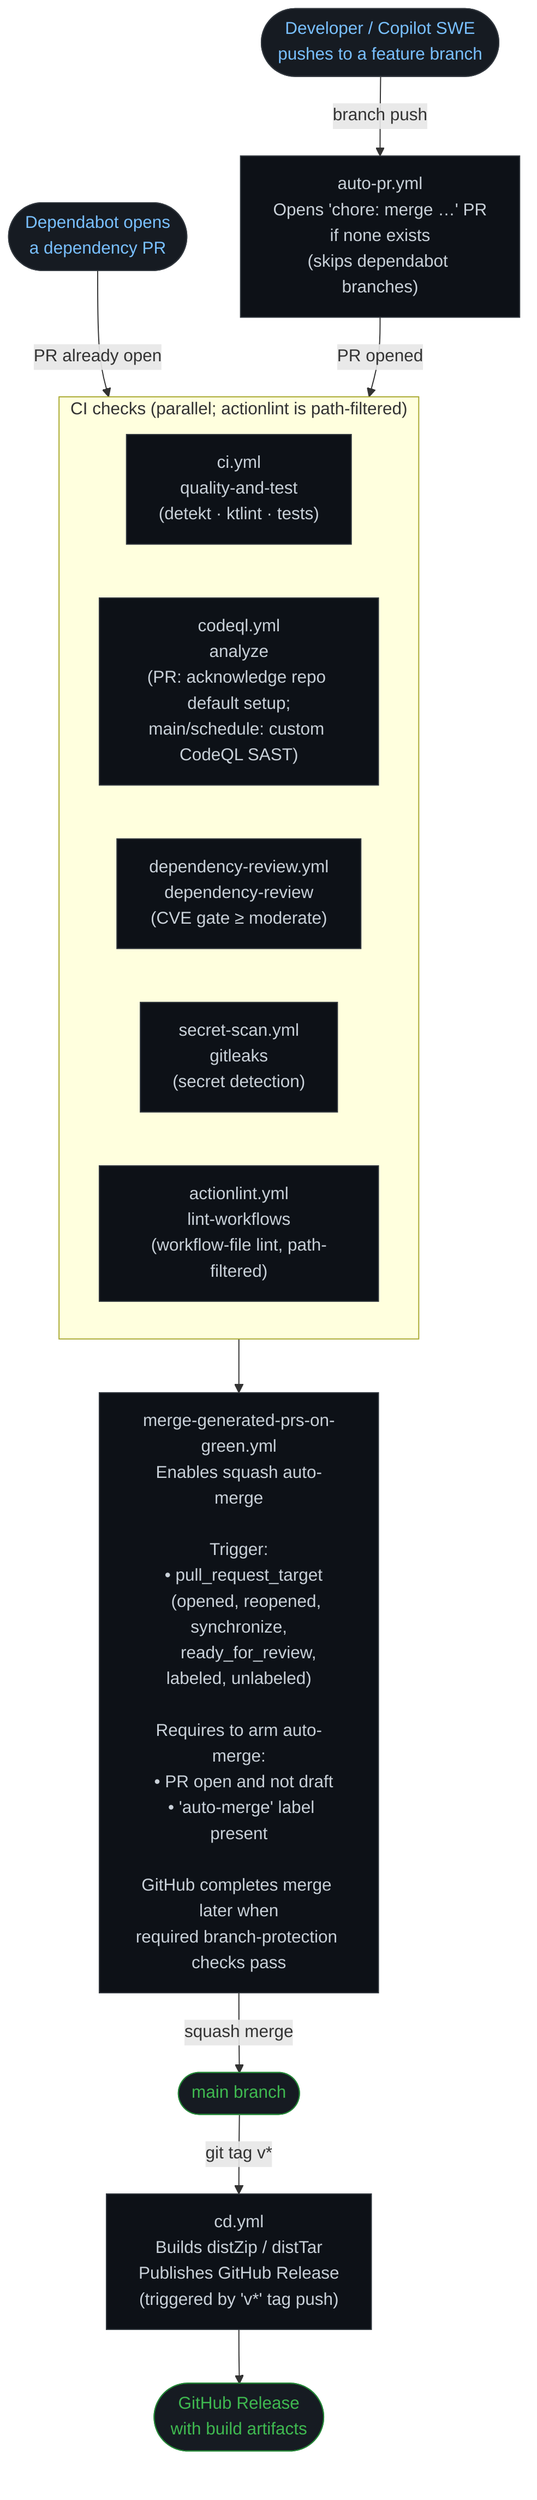
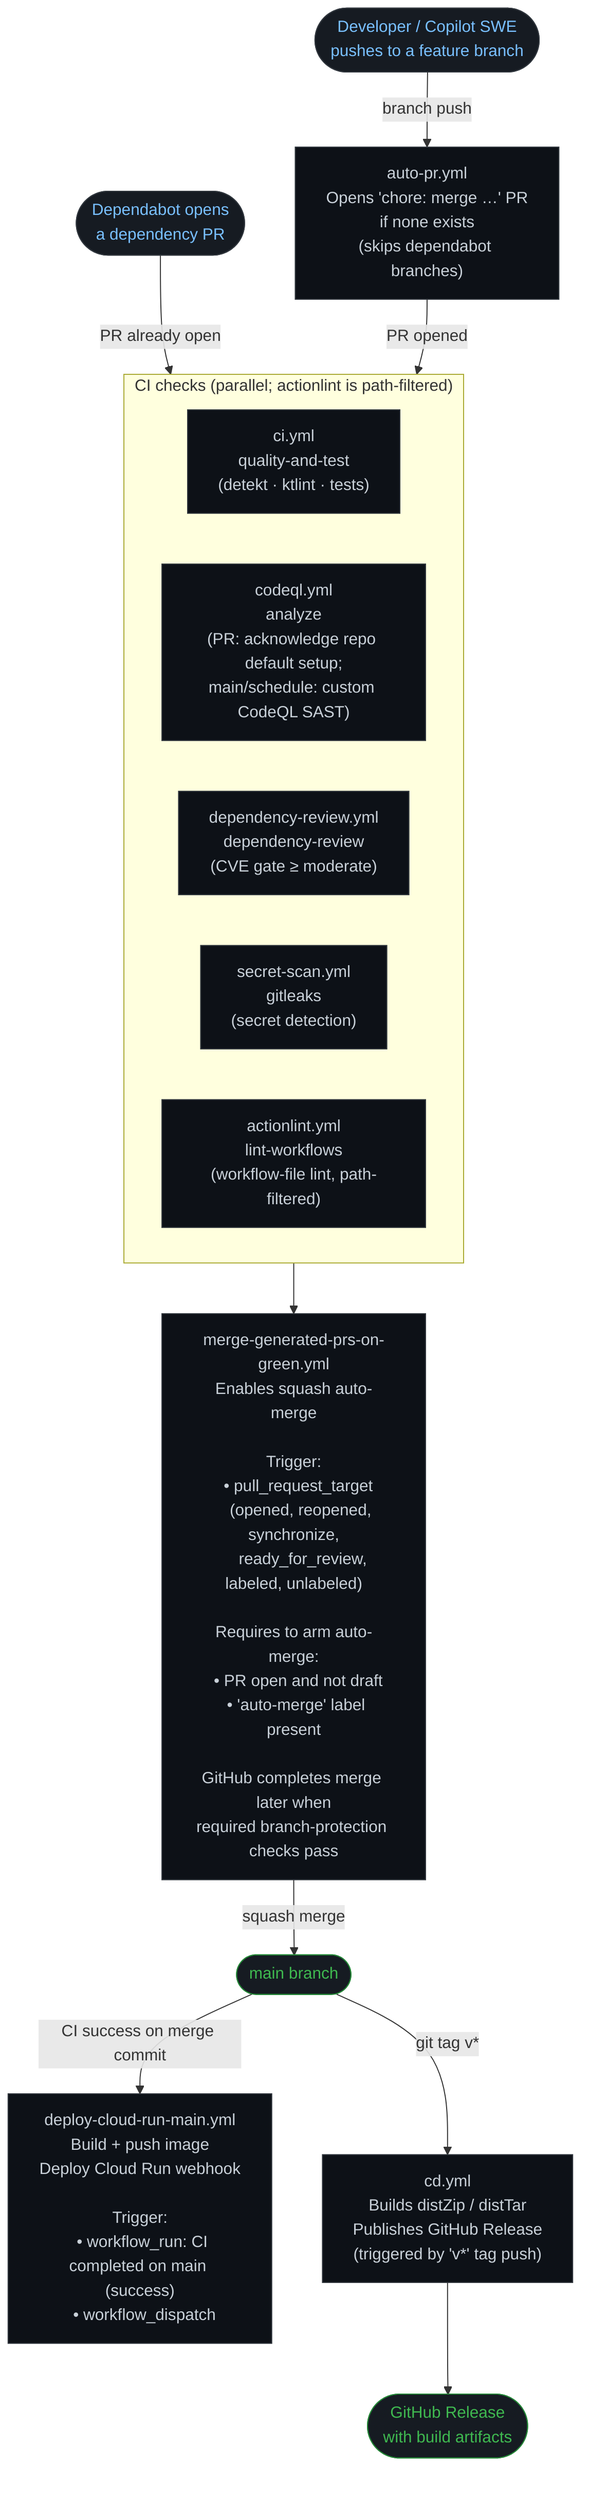
```mermaid
flowchart TD
    %% ── Entry points ──────────────────────────────────────────────────────────
    DEV([Developer / Copilot SWE\npushes to a feature branch])
    DEP([Dependabot opens\na dependency PR])

    %% ── Automation ────────────────────────────────────────────────────────────
    AUTO_PR["auto-pr.yml\nOpens 'chore: merge …' PR\nif none exists\n(skips dependabot branches)"]

    %% ── Required CI checks ────────────────────────────────────────────────────
    subgraph CI ["CI checks (parallel; actionlint is path-filtered)"]
        direction LR
        CI_JOB["ci.yml\nquality-and-test\n(detekt · ktlint · tests)"]
        CODEQL["codeql.yml\nanalyze\n(PR: acknowledge repo default setup;\nmain/schedule: custom CodeQL SAST)"]
        DEPREVIEW["dependency-review.yml\ndependency-review\n(CVE gate ≥ moderate)"]
        SECRET["secret-scan.yml\ngitleaks\n(secret detection)"]
        ACTIONLINT["actionlint.yml\nlint-workflows\n(workflow-file lint, path-filtered)"]
    end

    %% ── Merge ─────────────────────────────────────────────────────────────────
    MERGE["merge-generated-prs-on-green.yml\nEnables squash auto-merge\n\nTrigger:\n  • pull_request_target\n    (opened, reopened, synchronize,\n     ready_for_review, labeled, unlabeled)\n\nRequires to arm auto-merge:\n  • PR open and not draft\n  • 'auto-merge' label present\n\nGitHub completes merge later when\nrequired branch-protection checks pass"]

    %% ── CD ────────────────────────────────────────────────────────────────────
    MAIN([main branch])
+     DEPLOY_MAIN["deploy-cloud-run-main.yml\nBuild + push image\nDeploy Cloud Run webhook\n\nTrigger:\n  • workflow_run: CI completed on main (success)\n  • workflow_dispatch"]
    CD["cd.yml\nBuilds distZip / distTar\nPublishes GitHub Release\n(triggered by 'v*' tag push)"]
    RELEASE([GitHub Release\nwith build artifacts])

    %% ── Flow ──────────────────────────────────────────────────────────────────
    DEV -->|branch push| AUTO_PR
    DEP -->|PR already open| CI

    AUTO_PR -->|PR opened| CI
    CI --> MERGE

    MERGE -->|squash merge| MAIN

+     MAIN -->|CI success on merge commit| DEPLOY_MAIN
    MAIN -->|git tag v*| CD
    CD --> RELEASE

    %% ── Styling ───────────────────────────────────────────────────────────────
    classDef workflow fill:#0d1117,stroke:#30363d,color:#c9d1d9
    classDef actor    fill:#161b22,stroke:#30363d,color:#79c0ff,shape:stadium
    classDef external fill:#161b22,stroke:#238636,color:#3fb950,shape:stadium

-     class AUTO_PR,CI_JOB,CODEQL,DEPREVIEW,SECRET,ACTIONLINT,MERGE,CD workflow
+     class AUTO_PR,CI_JOB,CODEQL,DEPREVIEW,SECRET,ACTIONLINT,MERGE,DEPLOY_MAIN,CD workflow
    class DEV,DEP actor
    class MAIN,RELEASE external
```
